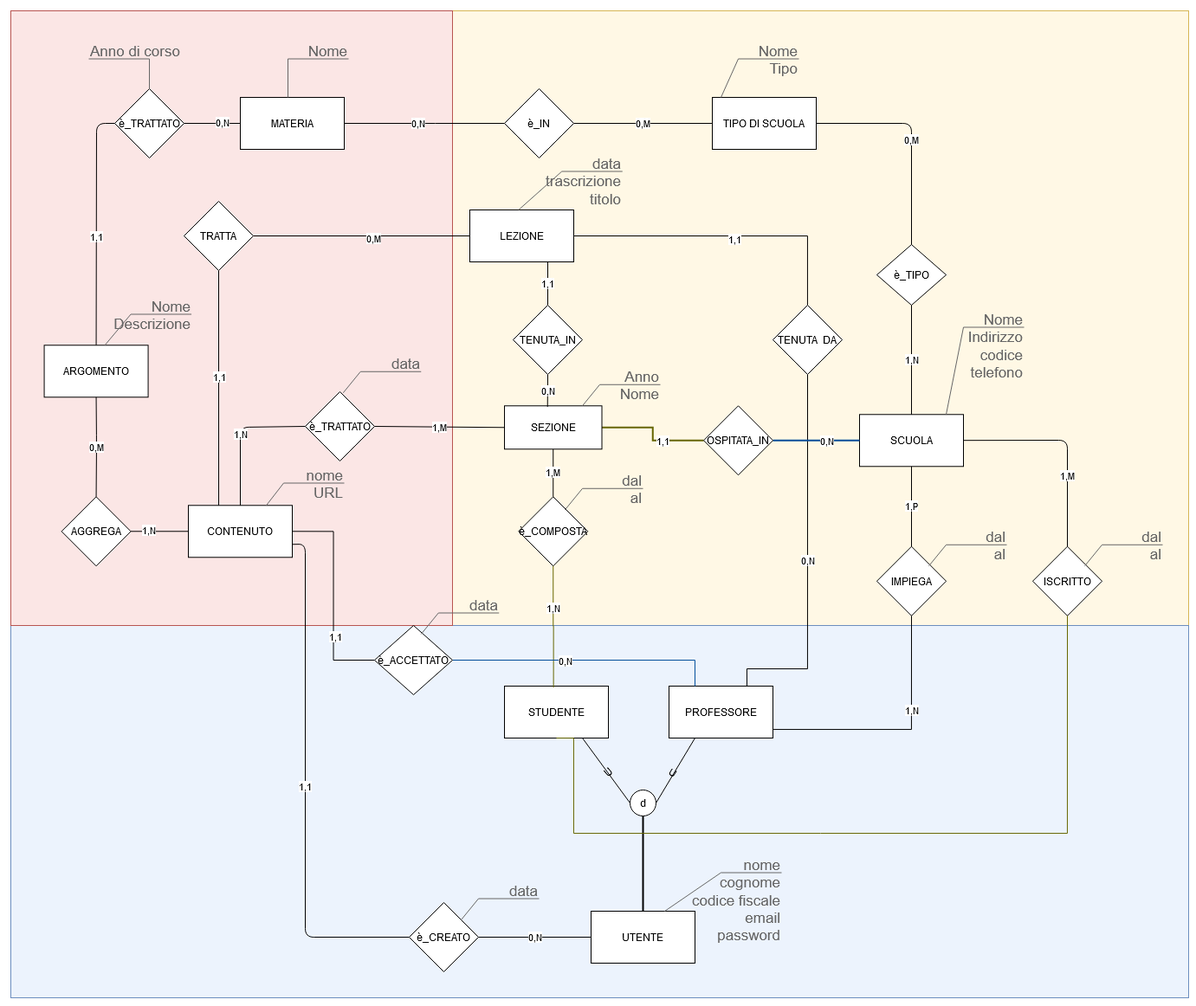
Above: Documentazione/Database/MODELLO_E-R.png in Gjnger9/BIG-DATA-MANAGEMENT (draw.io), before the change. Source tidied: cells renumbered, new cells last; positions are measured from the earlier drawing's top-left corner, leaving out a move shared by most shapes.
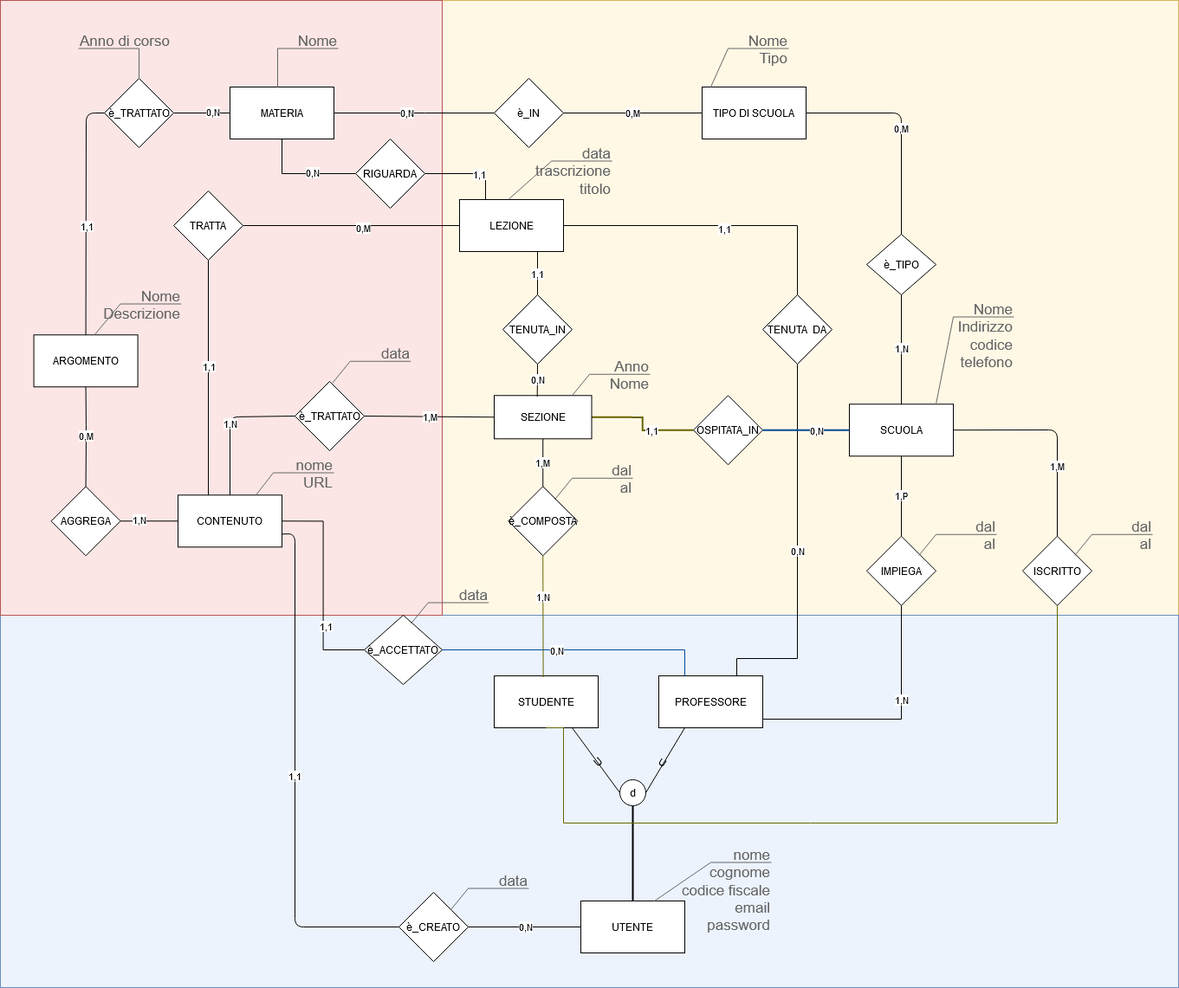
After the commit.

Commit message:
database aggiornato con materia->lezione, aggiornato schema architettura

Change to the diagram source:
```diff
@@ -26,6 +26,12 @@
     <mxCell id="9" value="AGGREGA" style="rhombus;whiteSpace=wrap;html=1;" parent="1" vertex="1">
       <mxGeometry x="58.6" y="561.3" width="80" height="80" as="geometry" />
     </mxCell>
+    <mxCell id="89" style="edgeStyle=orthogonalEdgeStyle;rounded=0;jettySize=auto;html=1;exitX=0.5;exitY=1;exitDx=0;exitDy=0;entryX=0;entryY=0.5;entryDx=0;entryDy=0;endArrow=none;endFill=0;" parent="1" edge="1" source="10" target="93">
+      <mxGeometry relative="1" as="geometry" />
+    </mxCell>
+    <mxCell id="90" value="0,N" style="edgeLabel;html=1;align=center;verticalAlign=middle;" parent="89" vertex="1">
+      <mxGeometry x="0.18" y="2" relative="1" as="geometry" />
+    </mxCell>
     <mxCell id="10" value="MATERIA" style="rounded=0;whiteSpace=wrap;html=1;" parent="1" vertex="1">
       <mxGeometry x="265" y="100" width="120" height="60" as="geometry" />
     </mxCell>
@@ -316,5 +322,14 @@
     <mxCell id="88" value="OSPITATA_IN" style="rhombus;whiteSpace=wrap;html=1;" parent="1" vertex="1">
       <mxGeometry x="800" y="456.3" width="80" height="80" as="geometry" />
     </mxCell>
+    <mxCell id="91" style="edgeStyle=orthogonalEdgeStyle;rounded=0;jettySize=auto;html=1;exitX=1;exitY=0.5;exitDx=0;exitDy=0;entryX=0.25;entryY=0;entryDx=0;entryDy=0;endArrow=none;endFill=0;" parent="1" edge="1" source="93" target="72">
+      <mxGeometry relative="1" as="geometry" />
+    </mxCell>
+    <mxCell id="92" value="1,1" style="edgeLabel;html=1;align=center;verticalAlign=middle;" parent="91" vertex="1">
+      <mxGeometry x="0.24" relative="1" as="geometry" />
+    </mxCell>
+    <mxCell id="93" value="RIGUARDA" style="rhombus;whiteSpace=wrap;html=1;" parent="1" vertex="1">
+      <mxGeometry x="410" y="160" width="80" height="80" as="geometry" />
+    </mxCell>
   </root>
 </mxGraphModel>
```
